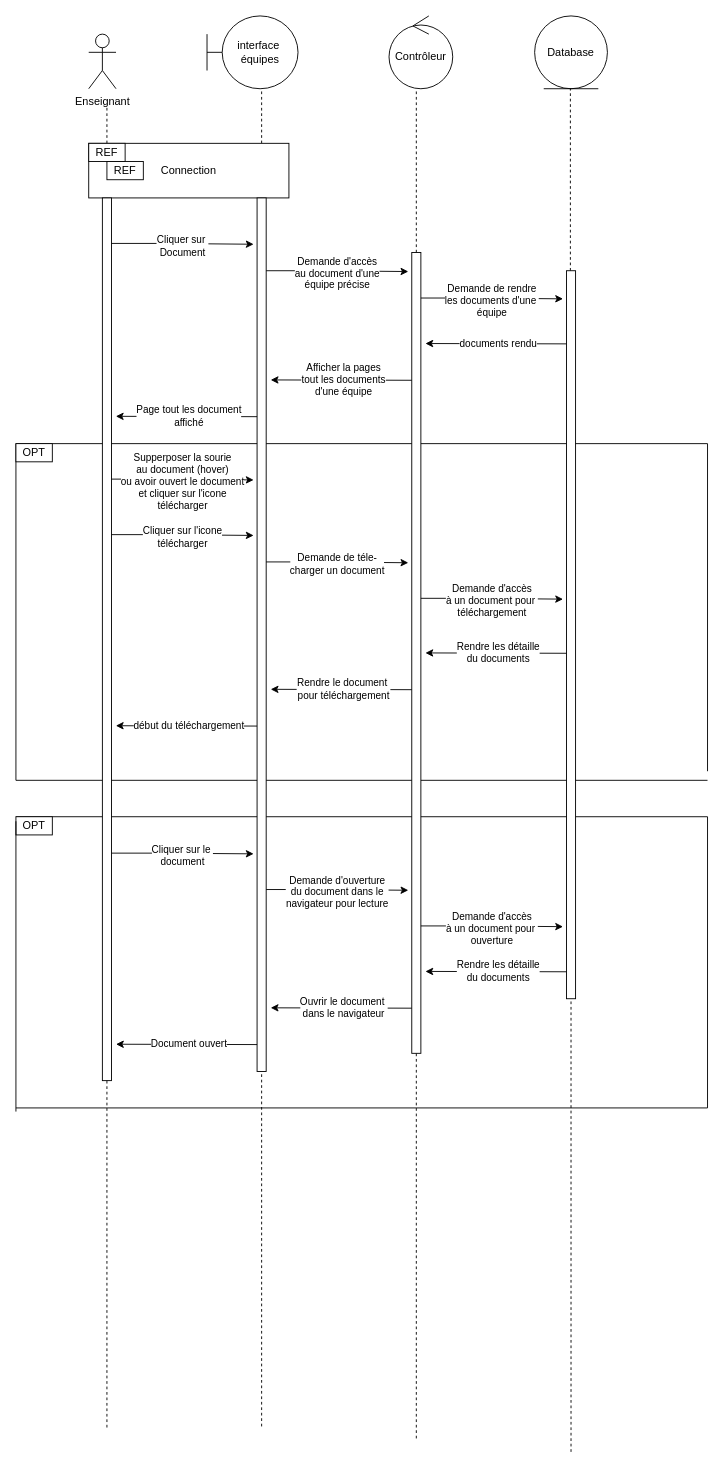
This is diagrams/ConculterLesDocumentsDeSesEquipes.drawio from stormsidali2001/PFE_third_year_school_project_front, a draw.io file, before an edit. Source tidied: cells renumbered, new cells numbered last; positions are measured from the earlier drawing's top-left corner, leaving out a move shared by most shapes. Both pictures are drawn from the tidied source at 91%, with x=0, y=0 at pixel (15, 15).
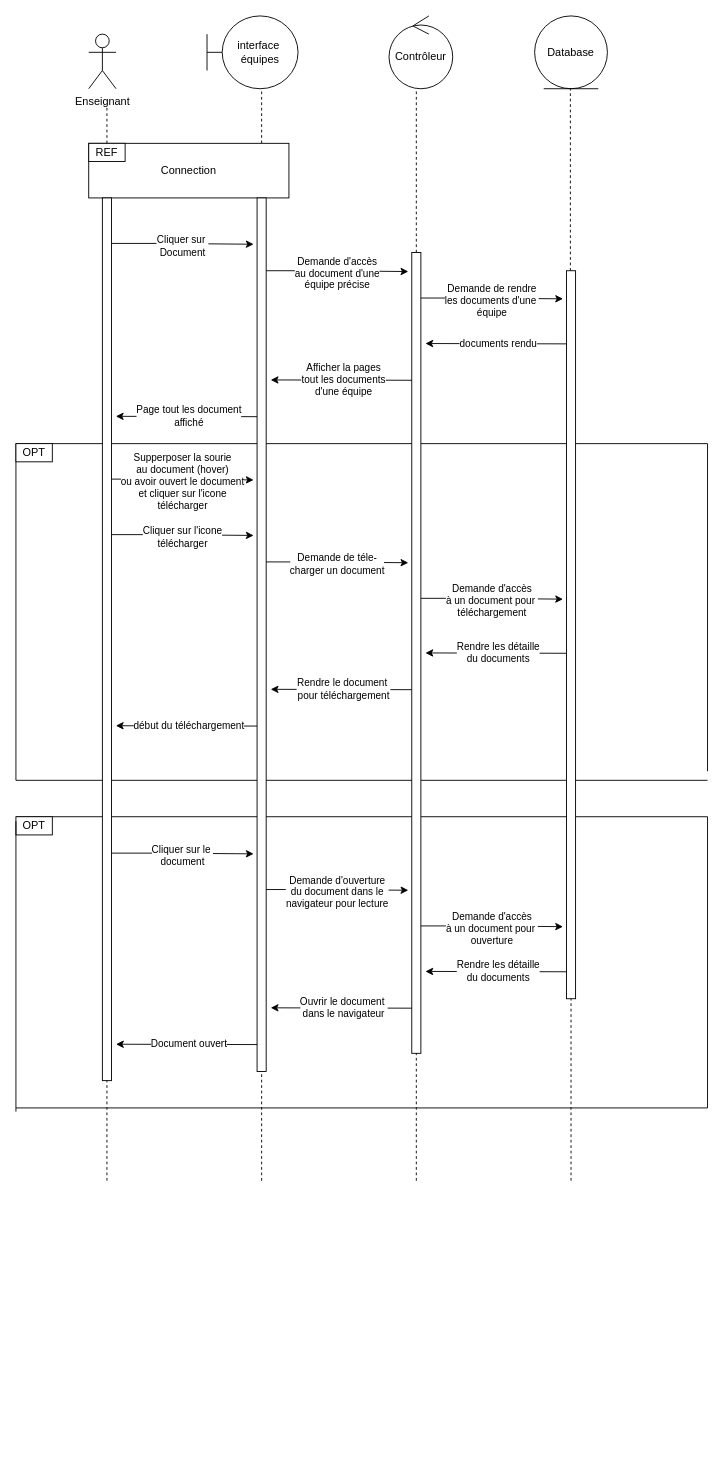
The same diagram, later.

Unchanged cells that the change refers to:
```xml
<mxCell id="52" style="html=1;points=[];perimeter=orthogonalPerimeter;" parent="1" vertex="1">
  <mxGeometry x="95" y="200" width="10" height="970" as="geometry" />
</mxCell>
<mxCell id="54" style="html=1;points=[];perimeter=orthogonalPerimeter;" parent="1" vertex="1">
  <mxGeometry x="265" y="200" width="10" height="960" as="geometry" />
</mxCell>
<mxCell id="56" style="html=1;points=[];perimeter=orthogonalPerimeter;" parent="1" vertex="1">
  <mxGeometry x="435" y="260" width="10" height="880" as="geometry" />
</mxCell>
<mxCell id="58" style="html=1;points=[];perimeter=orthogonalPerimeter;" parent="1" vertex="1">
  <mxGeometry x="605" y="280" width="10" height="800" as="geometry" />
</mxCell>
```

Diff of the diagram source:
```diff
@@
-    <mxCell id="21" value="REF" style="rounded=0;whiteSpace=wrap;html=1;" parent="1" vertex="1">
-      <mxGeometry x="100" y="160" width="40" height="20" as="geometry" />
-    </mxCell>
@@
     <mxCell id="53" style="endArrow=none;dashed=1;html=1;rounded=0;" parent="1" edge="1" target="52">
       <mxGeometry relative="1" as="geometry">
-        <mxPoint x="100" y="1551.2" as="sourcePoint" />
+        <mxPoint x="100" y="1280" as="sourcePoint" />
       </mxGeometry>
     </mxCell>
@@
     <mxCell id="55" style="endArrow=none;dashed=1;html=1;rounded=0;" parent="1" edge="1" target="54">
       <mxGeometry relative="1" as="geometry">
-        <mxPoint x="270" y="1550" as="sourcePoint" />
+        <mxPoint x="270" y="1280" as="sourcePoint" />
       </mxGeometry>
     </mxCell>
@@
     <mxCell id="57" style="endArrow=none;dashed=1;html=1;rounded=0;" parent="1" edge="1" target="56">
       <mxGeometry relative="1" as="geometry">
-        <mxPoint x="440" y="1563.2" as="sourcePoint" />
+        <mxPoint x="440" y="1280" as="sourcePoint" />
       </mxGeometry>
     </mxCell>
@@
     <mxCell id="59" style="endArrow=none;dashed=1;html=1;rounded=0;" parent="1" edge="1" target="58">
       <mxGeometry relative="1" as="geometry">
-        <mxPoint x="610" y="1578" as="sourcePoint" />
+        <mxPoint x="610" y="1280" as="sourcePoint" />
       </mxGeometry>
     </mxCell>
```
